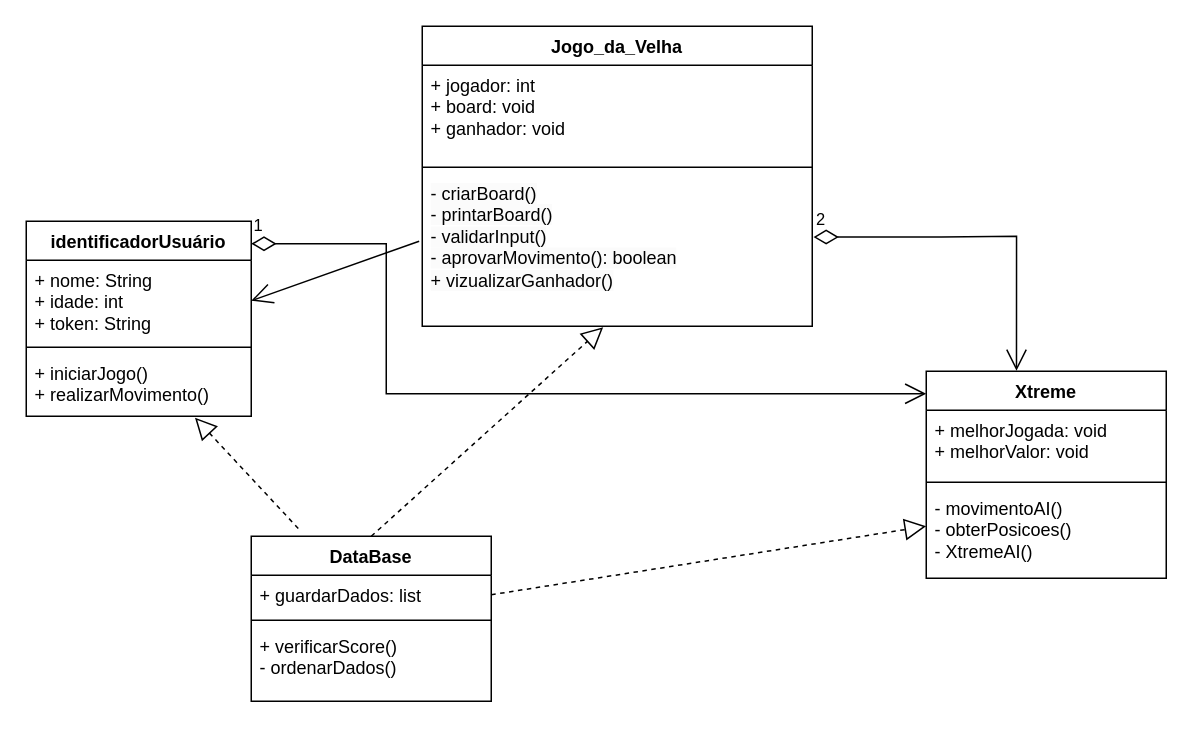
antonioscarvalho/Projetos-Orientados-a-Objetos keeps this draw.io diagram as mini_projeto_3/Projeto_3/diagrama_de_classes.drawio. Above is the earlier version. Source tidied: cells renumbered, new cells numbered last; positions are measured from the earlier drawing's top-left corner, leaving out a move shared by most shapes. Both pictures are drawn from the tidied source at 150%, with x=0, y=0 at pixel (26, 26).
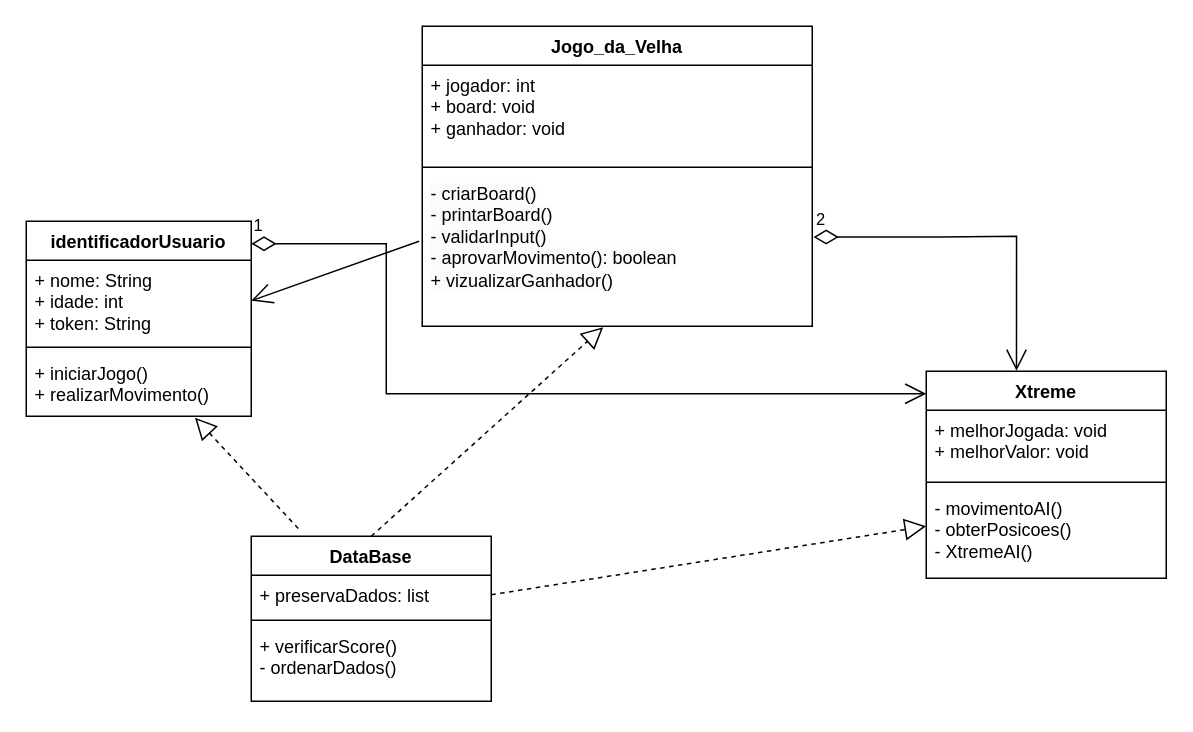
The same diagram, later.

Unchanged cells that the change refers to:
```xml
<mxCell id="10" value="DataBase" style="swimlane;fontStyle=1;align=center;verticalAlign=top;horizontal=1;startSize=26;whiteSpace=wrap;html=1;" parent="1" vertex="1">
  <mxGeometry x="150" y="340" width="160" height="110" as="geometry" />
</mxCell>
```

What changed in the source:
```diff
@@
-    <mxCell id="2" value="identificadorUsuário" style="swimlane;fontStyle=1;align=center;verticalAlign=top;horizontal=1;startSize=26;whiteSpace=wrap;html=1;" parent="1" vertex="1">
+    <mxCell id="2" value="identificadorUsuario" style="swimlane;fontStyle=1;align=center;verticalAlign=top;horizontal=1;startSize=26;whiteSpace=wrap;html=1;" parent="1" vertex="1">
       <mxGeometry y="130" width="150" height="130" as="geometry" />
     </mxCell>
@@
-    <mxCell id="11" value="+ guardarDados: list" style="text;strokeColor=none;fillColor=none;align=left;verticalAlign=top;spacingLeft=4;spacingRight=4;overflow=hidden;points=[[0,0.5],[1,0.5]];portConstraint=eastwest;whiteSpace=wrap;html=1;" parent="10" vertex="1">
+    <mxCell id="11" value="+ preservaDados: list" style="text;strokeColor=none;fillColor=none;align=left;verticalAlign=top;spacingLeft=4;spacingRight=4;overflow=hidden;points=[[0,0.5],[1,0.5]];portConstraint=eastwest;whiteSpace=wrap;html=1;" parent="10" vertex="1">
       <mxGeometry y="26" width="160" height="26" as="geometry" />
     </mxCell>
```
